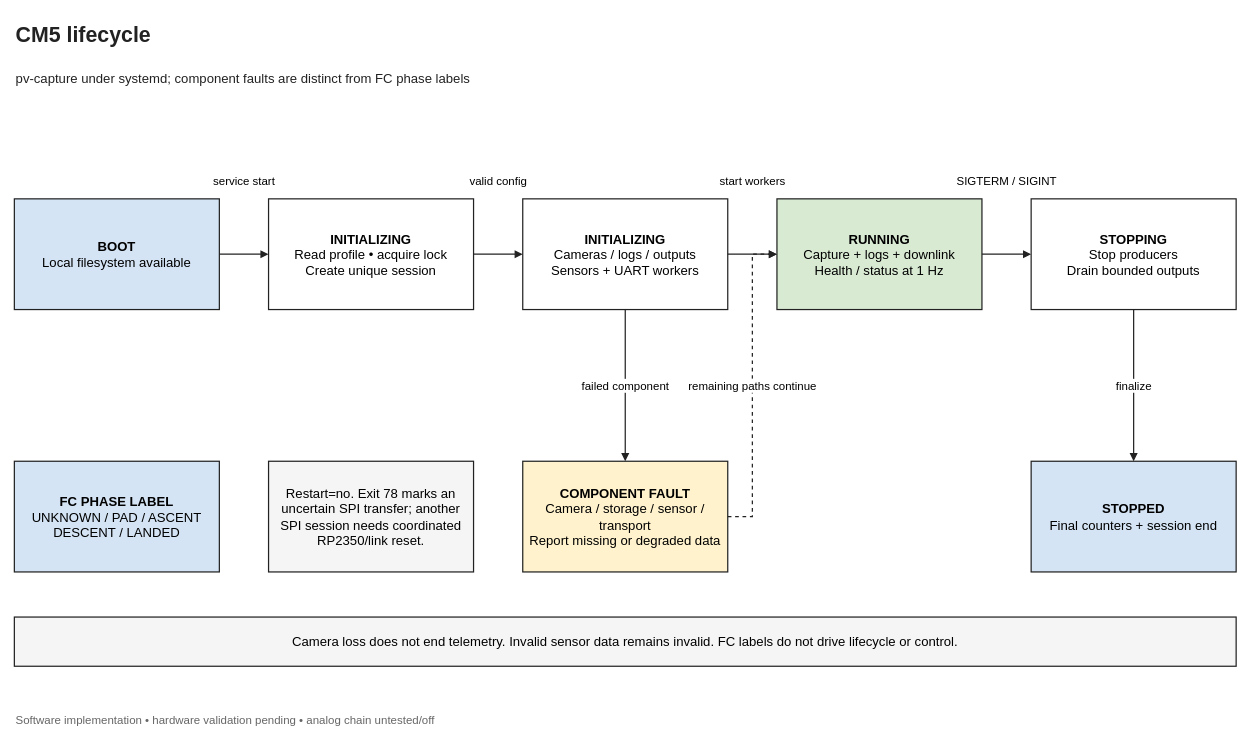
Above: page "CM5 lifecycle" (2 of 5) of software/architecture.drawio in stanford-ssi/PigeonVision (draw.io), before the change. Source tidied: cells renumbered, new cells numbered last; positions are measured from the earlier drawing's top-left corner, leaving out a move shared by most shapes. Both pictures are drawn from the tidied source at 82%, with x=0, y=0 at pixel (14, 14).
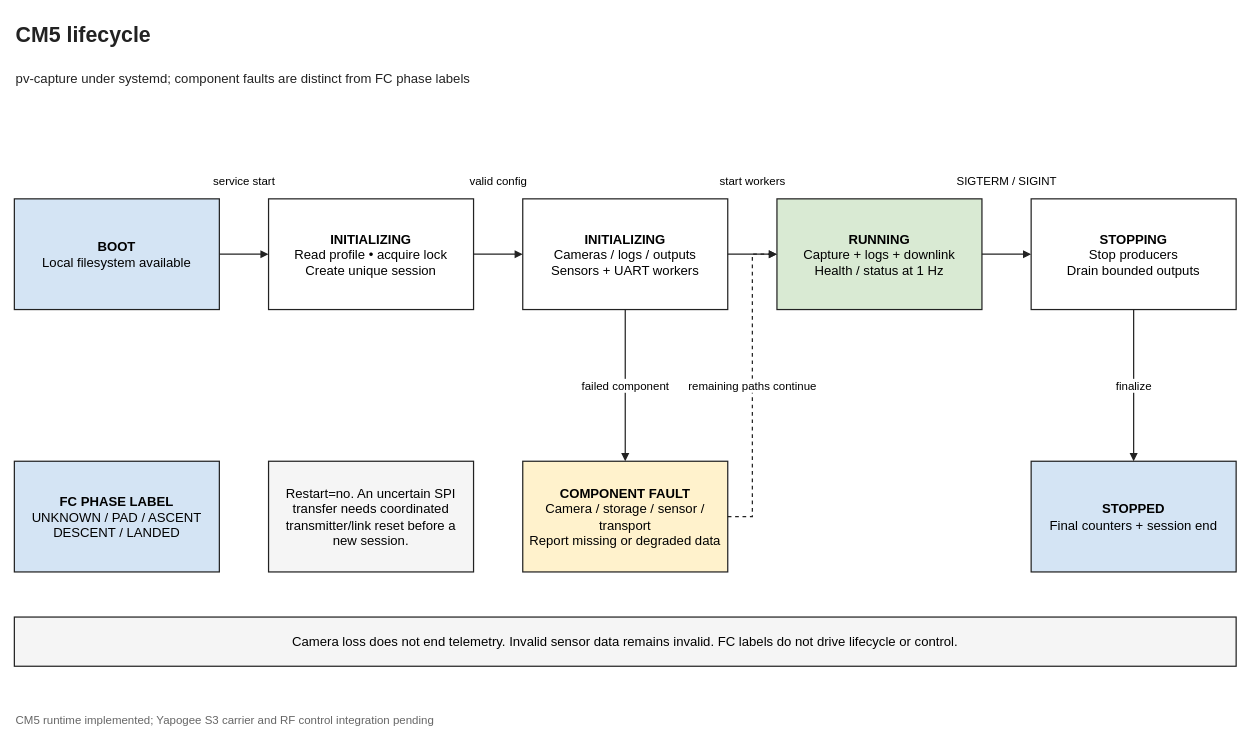
After the change.

The edit, as a diff of the source:
```diff
@@
-    <mxCell id="4" value="Software implementation • hardware validation pending • analog chain untested/off" style="text;html=0;align=left;verticalAlign=middle;fillColor=none;strokeColor=none;fontFamily=Arial;fontSize=16;fontColor=#222222;fontSize=14;fontColor=#666666;" parent="1" vertex="1">
+    <mxCell id="4" value="CM5 runtime implemented; Yapogee S3 carrier and RF control integration pending" style="text;html=0;align=left;verticalAlign=middle;fillColor=none;strokeColor=none;fontFamily=Arial;fontSize=16;fontColor=#222222;fontSize=14;fontColor=#666666;" parent="1" vertex="1">
       <mxGeometry y="845" width="1500" height="30" as="geometry" />
     </mxCell>
@@
-    <mxCell id="21" value="Restart=no. Exit 78 marks an uncertain SPI transfer; another SPI session needs coordinated RP2350/link reset." style="rounded=0;whiteSpace=wrap;html=1;fontFamily=Arial;strokeColor=#222222;strokeWidth=1.5;align=center;verticalAlign=middle;fontSize=16;spacing=8;fillColor=#f5f5f5;" parent="1" vertex="1">
+    <mxCell id="21" value="Restart=no. An uncertain SPI transfer needs coordinated transmitter/link reset before a new session." style="rounded=0;whiteSpace=wrap;html=1;fontFamily=Arial;strokeColor=#222222;strokeWidth=1.5;align=center;verticalAlign=middle;fontSize=16;spacing=8;fillColor=#f5f5f5;" parent="1" vertex="1">
       <mxGeometry x="310" y="545" width="250" height="135" as="geometry" />
     </mxCell>
```
